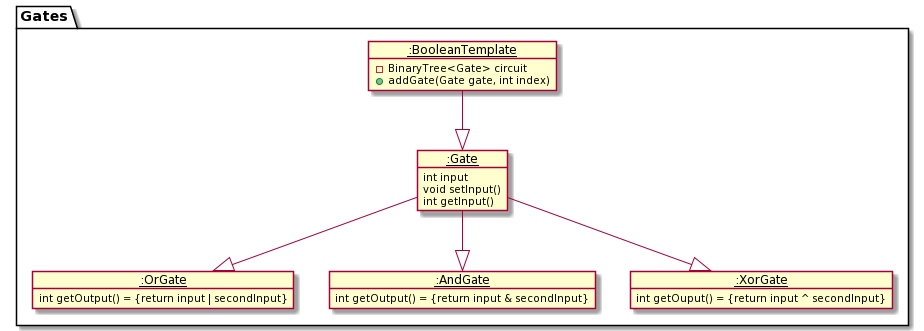
Above: docs/diagrams/AddBooleanCommandObjectDiagram.png in sevenseasofbri/tp (PlantUML), before the change.
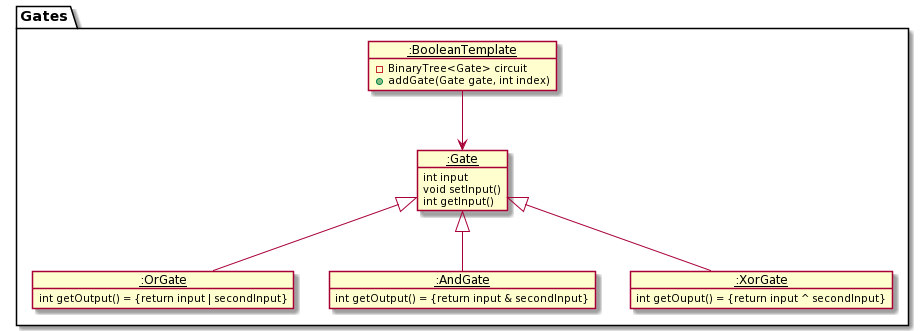
After the change.

Commit message:
Changes to commands UML diagrams

Diff of the diagram source:
```diff
@@ -27,10 +27,8 @@
    int getInput()
 }
 
-
-
-State1 --|> State5
-State5 --|> State3
-State5 --|> State4
-State5 --|> State2
+State1 --> State5
+State5 <|-- State3
+State5 <|-- State4
+State5 <|-- State2
 @enduml
```
